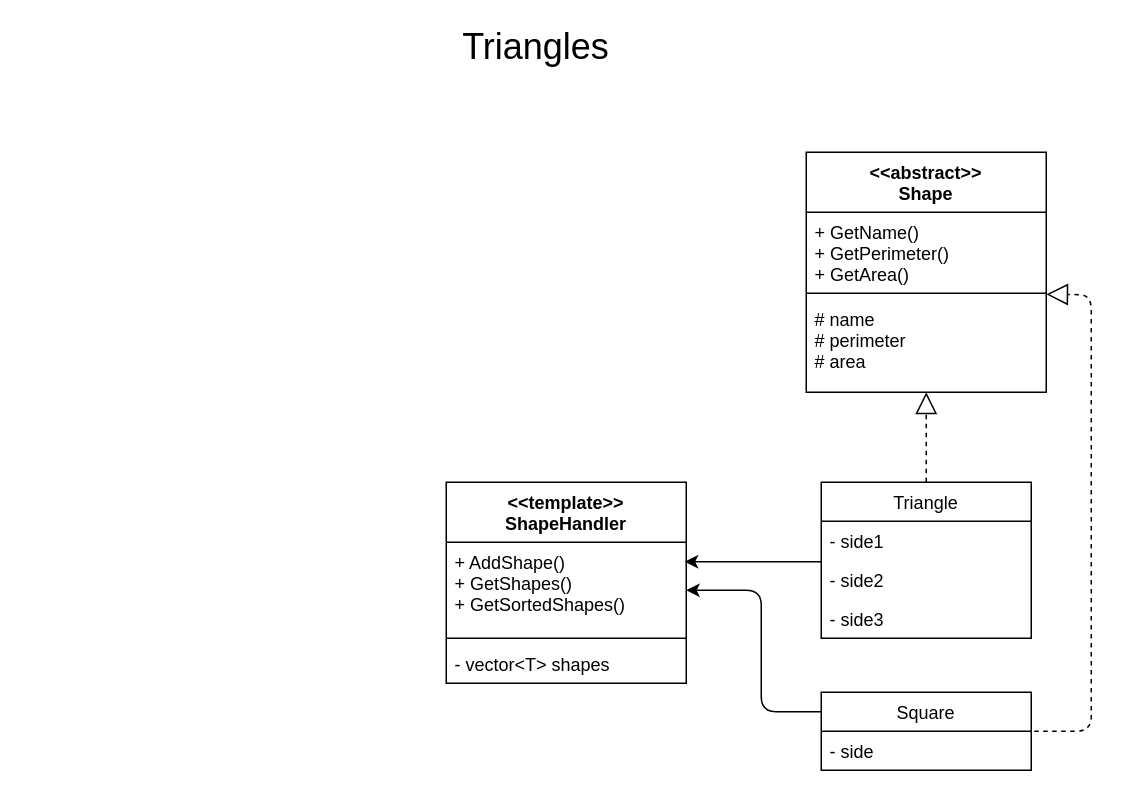
The draw.io diagram triangles/triangles.drawio in akolechko/SSET, before the edit. Source tidied: cells renumbered, new cells numbered last; positions are measured from the earlier drawing's top-left corner, leaving out a move shared by most shapes. Both pictures are drawn from the tidied source at 150%, with x=0, y=0 at pixel (446, 32).
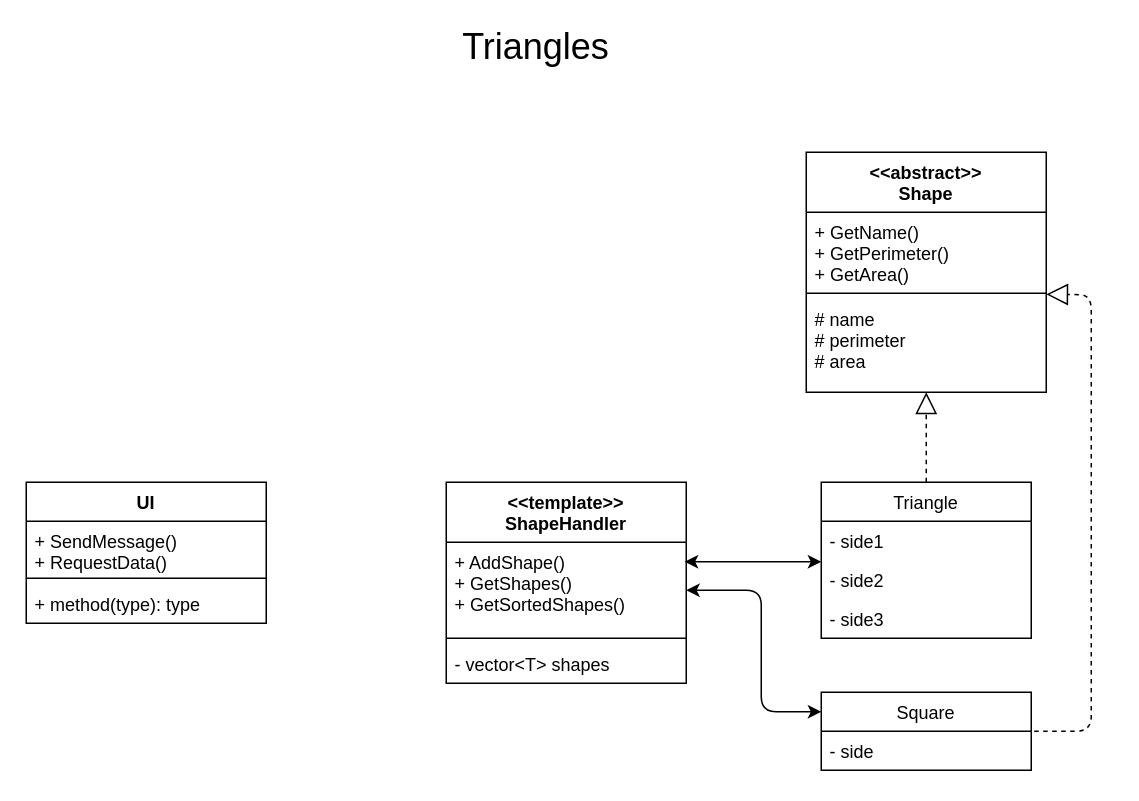
The same page after the edit.

Commit message (it also covers changes not shown here):
15 hours of tRiAnGlEs

Unchanged cells that the change refers to:
```xml
<mxCell id="9" value="- side2" style="text;strokeColor=none;fillColor=none;align=left;verticalAlign=top;spacingLeft=4;spacingRight=4;overflow=hidden;points=[[0,0.5],[1,0.5]];portConstraint=eastwest;" parent="7" vertex="1">
  <mxGeometry y="52" width="140" height="26" as="geometry" />
</mxCell>
<mxCell id="16" value="Square" style="swimlane;fontStyle=0;horizontal=1;startSize=26;fillColor=none;" parent="1" vertex="1">
  <mxGeometry x="250" y="440" width="140" height="52" as="geometry" />
</mxCell>
```

The edit, as a diff of the source:
```diff
@@
-    <mxCell id="19" style="endArrow=classic;html=1;exitX=0;exitY=0.25;exitDx=0;exitDy=0;" parent="1" edge="1" source="16">
+    <mxCell id="19" style="endArrow=classic;startArrow=classic;html=1;exitX=0;exitY=0.25;exitDx=0;exitDy=0;" parent="1" edge="1" source="16">
       <mxGeometry relative="1" as="geometry">
         <mxPoint x="160" y="372" as="targetPoint" />
         <Array as="points">
           <mxPoint x="210" y="453" />
           <mxPoint x="210" y="372" />
         </Array>
       </mxGeometry>
     </mxCell>
-    <mxCell id="20" style="endArrow=classic;html=1;entryX=0.994;entryY=0.808;entryDx=0;entryDy=0;exitX=0;exitY=0.038;exitDx=0;exitDy=0;exitPerimeter=0;entryPerimeter=0;" parent="1" edge="1" source="9">
+    <mxCell id="20" style="endArrow=classic;startArrow=classic;html=1;entryX=0.994;entryY=0.808;entryDx=0;entryDy=0;exitX=0;exitY=0.038;exitDx=0;exitDy=0;exitPerimeter=0;entryPerimeter=0;sketch=0;" parent="1" edge="1" source="9">
       <mxGeometry relative="1" as="geometry">
         <mxPoint x="159" y="353" as="targetPoint" />
       </mxGeometry>
     </mxCell>
+    <mxCell id="21" value="UI" style="swimlane;fontStyle=1;align=center;verticalAlign=top;horizontal=1;startSize=26;" parent="1" vertex="1">
+      <mxGeometry x="-280" y="300" width="160" height="94" as="geometry" />
+    </mxCell>
+    <mxCell id="22" value="+ SendMessage()&#10;+ RequestData()" style="text;strokeColor=none;fillColor=none;align=left;verticalAlign=top;spacingLeft=4;spacingRight=4;overflow=hidden;" parent="21" vertex="1">
+      <mxGeometry y="26" width="160" height="34" as="geometry" />
+    </mxCell>
+    <mxCell id="23" style="line;strokeWidth=1;fillColor=none;align=left;verticalAlign=middle;spacingTop=-1;spacingLeft=3;spacingRight=3;labelPosition=right;" parent="21" vertex="1">
+      <mxGeometry y="60" width="160" height="8" as="geometry" />
+    </mxCell>
+    <mxCell id="24" value="+ method(type): type" style="text;strokeColor=none;fillColor=none;align=left;verticalAlign=top;spacingLeft=4;spacingRight=4;overflow=hidden;" parent="21" vertex="1">
+      <mxGeometry y="68" width="160" height="26" as="geometry" />
+    </mxCell>
```
